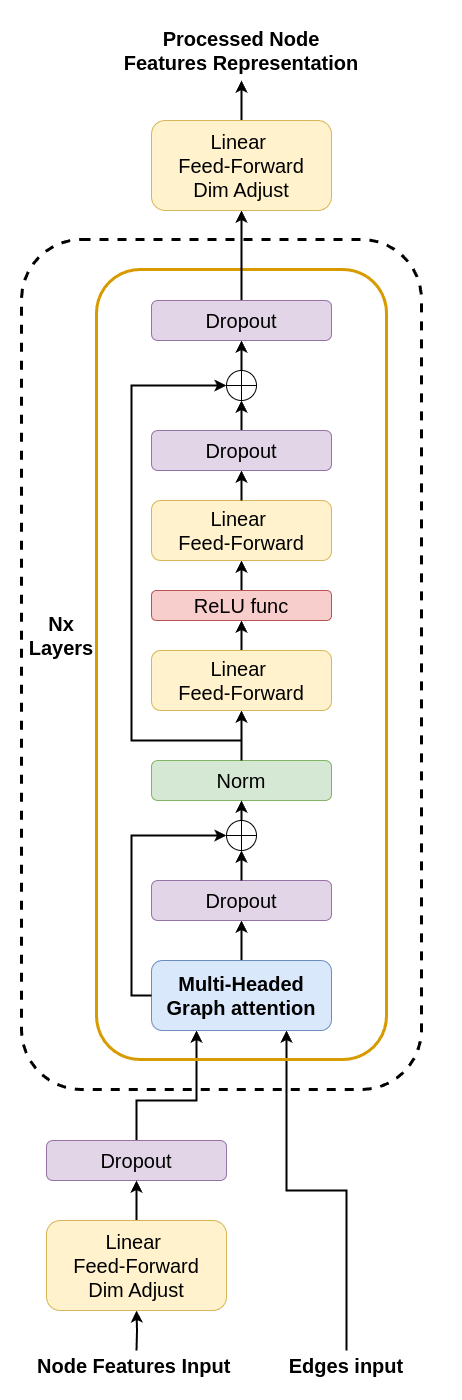
The draw.io diagram latex/assignment/images/custom_gnn_diagram.png in bGuzzo/social-media-nlp, before a commit. Source tidied: cells renumbered, new cells last; positions are measured from the earlier drawing's top-left corner, leaving out a move shared by most shapes.
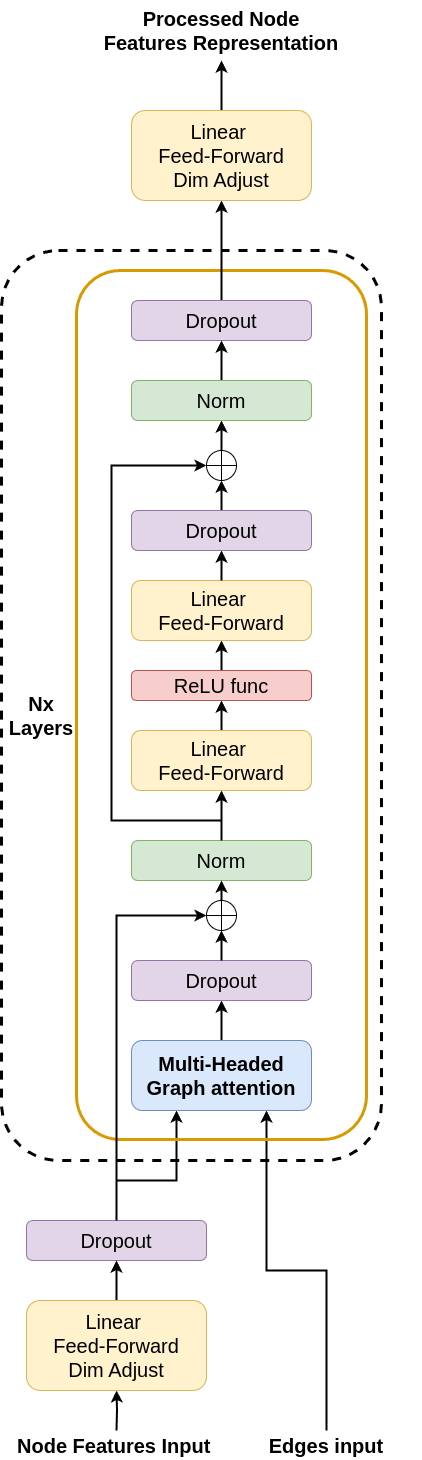
After the commit.

What changed in the source:
```diff
@@ -28,7 +28,7 @@
       <mxGeometry x="25" y="1120" width="180" height="40" as="geometry" />
     </mxCell>
     <mxCell id="8" style="rounded=1;whiteSpace=wrap;html=1;fillColor=none;strokeWidth=3;strokeColor=#d79b00;" parent="1" vertex="1">
-      <mxGeometry x="75" y="249" width="290" height="790" as="geometry" />
+      <mxGeometry x="75" y="170" width="290" height="869" as="geometry" />
     </mxCell>
     <mxCell id="9" style="edgeStyle=orthogonalEdgeStyle;rounded=0;jettySize=auto;html=1;entryX=0.5;entryY=1;entryDx=0;entryDy=0;strokeWidth=2;" parent="1" edge="1" source="10" target="11">
       <mxGeometry relative="1" as="geometry" />
@@ -51,7 +51,7 @@
     <mxCell id="15" style="verticalLabelPosition=bottom;verticalAlign=top;html=1;shape=mxgraph.flowchart.summing_function;" parent="1" vertex="1">
       <mxGeometry x="205" y="800" width="30" height="30" as="geometry" />
     </mxCell>
-    <mxCell id="16" style="edgeStyle=orthogonalEdgeStyle;rounded=0;jettySize=auto;html=1;entryX=0;entryY=0.5;entryDx=0;entryDy=0;entryPerimeter=0;exitX=0;exitY=0.5;exitDx=0;exitDy=0;strokeWidth=2;" parent="1" edge="1" source="10" target="15">
+    <mxCell id="16" style="edgeStyle=orthogonalEdgeStyle;rounded=0;jettySize=auto;html=1;entryX=0;entryY=0.5;entryDx=0;entryDy=0;entryPerimeter=0;exitX=0.5;exitY=0;exitDx=0;exitDy=0;strokeWidth=2;" parent="1" edge="1" source="7" target="15">
       <mxGeometry relative="1" as="geometry" />
     </mxCell>
     <mxCell id="17" style="edgeStyle=orthogonalEdgeStyle;rounded=0;jettySize=auto;html=1;exitX=0.5;exitY=0;exitDx=0;exitDy=0;entryX=0.5;entryY=1;entryDx=0;entryDy=0;entryPerimeter=0;strokeWidth=2;" parent="1" edge="1" source="11" target="15">
@@ -72,9 +72,9 @@
     <mxCell id="22" value="Linear&amp;nbsp;&lt;div&gt;Feed-Forward&lt;/div&gt;" style="rounded=1;whiteSpace=wrap;html=1;fontSize=20;fillColor=#fff2cc;strokeColor=#d6b656;" parent="1" vertex="1">
       <mxGeometry x="130" y="480" width="180" height="60" as="geometry" />
     </mxCell>
-    <mxCell id="23" style="edgeStyle=orthogonalEdgeStyle;rounded=0;jettySize=auto;html=1;entryX=0.5;entryY=1;entryDx=0;entryDy=0;endSize=6;strokeWidth=2;" parent="1" edge="1" source="24" target="30">
-      <mxGeometry relative="1" as="geometry" />
-    </mxCell>
+    <mxCell id="38" style="edgeStyle=orthogonalEdgeStyle;rounded=0;jettySize=auto;html=1;entryX=0.5;entryY=1;entryDx=0;entryDy=0;strokeWidth=2;" parent="1" edge="1" source="24" target="40">
+      <mxGeometry relative="1" as="geometry" />
+    </mxCell>
     <mxCell id="24" style="verticalLabelPosition=bottom;verticalAlign=top;html=1;shape=mxgraph.flowchart.summing_function;" parent="1" vertex="1">
       <mxGeometry x="205" y="350" width="30" height="30" as="geometry" />
     </mxCell>
@@ -100,7 +100,7 @@
       <mxGeometry relative="1" as="geometry" />
     </mxCell>
     <mxCell id="30" value="Dropout" style="rounded=1;whiteSpace=wrap;html=1;fontSize=20;fillColor=#e1d5e7;strokeColor=#9673a6;strokeWidth=1;" parent="1" vertex="1">
-      <mxGeometry x="130" y="280" width="180" height="40" as="geometry" />
+      <mxGeometry x="130" y="200" width="180" height="40" as="geometry" />
     </mxCell>
     <mxCell id="31" style="edgeStyle=orthogonalEdgeStyle;rounded=0;jettySize=auto;html=1;entryX=0.5;entryY=1;entryDx=0;entryDy=0;strokeWidth=2;" parent="1" edge="1" source="32" target="7">
       <mxGeometry relative="1" as="geometry" />
@@ -108,20 +108,26 @@
     <mxCell id="32" value="Linear&amp;nbsp;&lt;div&gt;Feed-Forward&lt;/div&gt;&lt;div&gt;Dim Adjust&lt;/div&gt;" style="rounded=1;whiteSpace=wrap;html=1;fontSize=20;fillColor=#fff2cc;strokeColor=#d6b656;" parent="1" vertex="1">
       <mxGeometry x="25" y="1200" width="180" height="90" as="geometry" />
     </mxCell>
+    <mxCell id="34" style="rounded=1;whiteSpace=wrap;html=1;strokeWidth=3;dashed=1;fillColor=none;" parent="1" vertex="1">
+      <mxGeometry y="150" width="380" height="910" as="geometry" />
+    </mxCell>
     <mxCell id="33" value="Nx Layers" style="text;html=1;align=center;verticalAlign=middle;whiteSpace=wrap;rounded=0;fontSize=20;fontStyle=1;" parent="1" vertex="1">
       <mxGeometry x="5" y="600" width="70" height="30" as="geometry" />
     </mxCell>
-    <mxCell id="34" style="rounded=1;whiteSpace=wrap;html=1;strokeWidth=3;dashed=1;fillColor=none;" parent="1" vertex="1">
-      <mxGeometry y="219" width="400" height="850" as="geometry" />
-    </mxCell>
     <mxCell id="35" style="edgeStyle=orthogonalEdgeStyle;rounded=0;jettySize=auto;html=1;entryX=0.5;entryY=1;entryDx=0;entryDy=0;strokeWidth=2;" parent="1" edge="1" source="36" target="37">
       <mxGeometry relative="1" as="geometry" />
     </mxCell>
     <mxCell id="36" value="Linear&amp;nbsp;&lt;div&gt;Feed-Forward&lt;/div&gt;&lt;div&gt;Dim Adjust&lt;/div&gt;" style="rounded=1;whiteSpace=wrap;html=1;fontSize=20;fillColor=#fff2cc;strokeColor=#d6b656;" parent="1" vertex="1">
-      <mxGeometry x="130" y="100" width="180" height="90" as="geometry" />
+      <mxGeometry x="130" y="10" width="180" height="90" as="geometry" />
     </mxCell>
     <mxCell id="37" value="Processed Node Features Representation" style="text;html=1;align=center;verticalAlign=middle;whiteSpace=wrap;rounded=0;fontSize=20;fontStyle=1;" parent="1" vertex="1">
-      <mxGeometry x="100" width="240" height="60" as="geometry" />
+      <mxGeometry x="100" y="-100" width="240" height="60" as="geometry" />
     </mxCell>
+    <mxCell id="39" style="edgeStyle=orthogonalEdgeStyle;rounded=0;jettySize=auto;html=1;entryX=0.5;entryY=1;entryDx=0;entryDy=0;strokeWidth=2;" parent="1" edge="1" source="40" target="30">
+      <mxGeometry relative="1" as="geometry" />
+    </mxCell>
+    <mxCell id="40" value="Norm" style="rounded=1;whiteSpace=wrap;html=1;fontSize=20;fillColor=#d5e8d4;strokeColor=#82b366;" parent="1" vertex="1">
+      <mxGeometry x="130" y="280" width="180" height="40" as="geometry" />
+    </mxCell>
   </root>
 </mxGraphModel>
```
